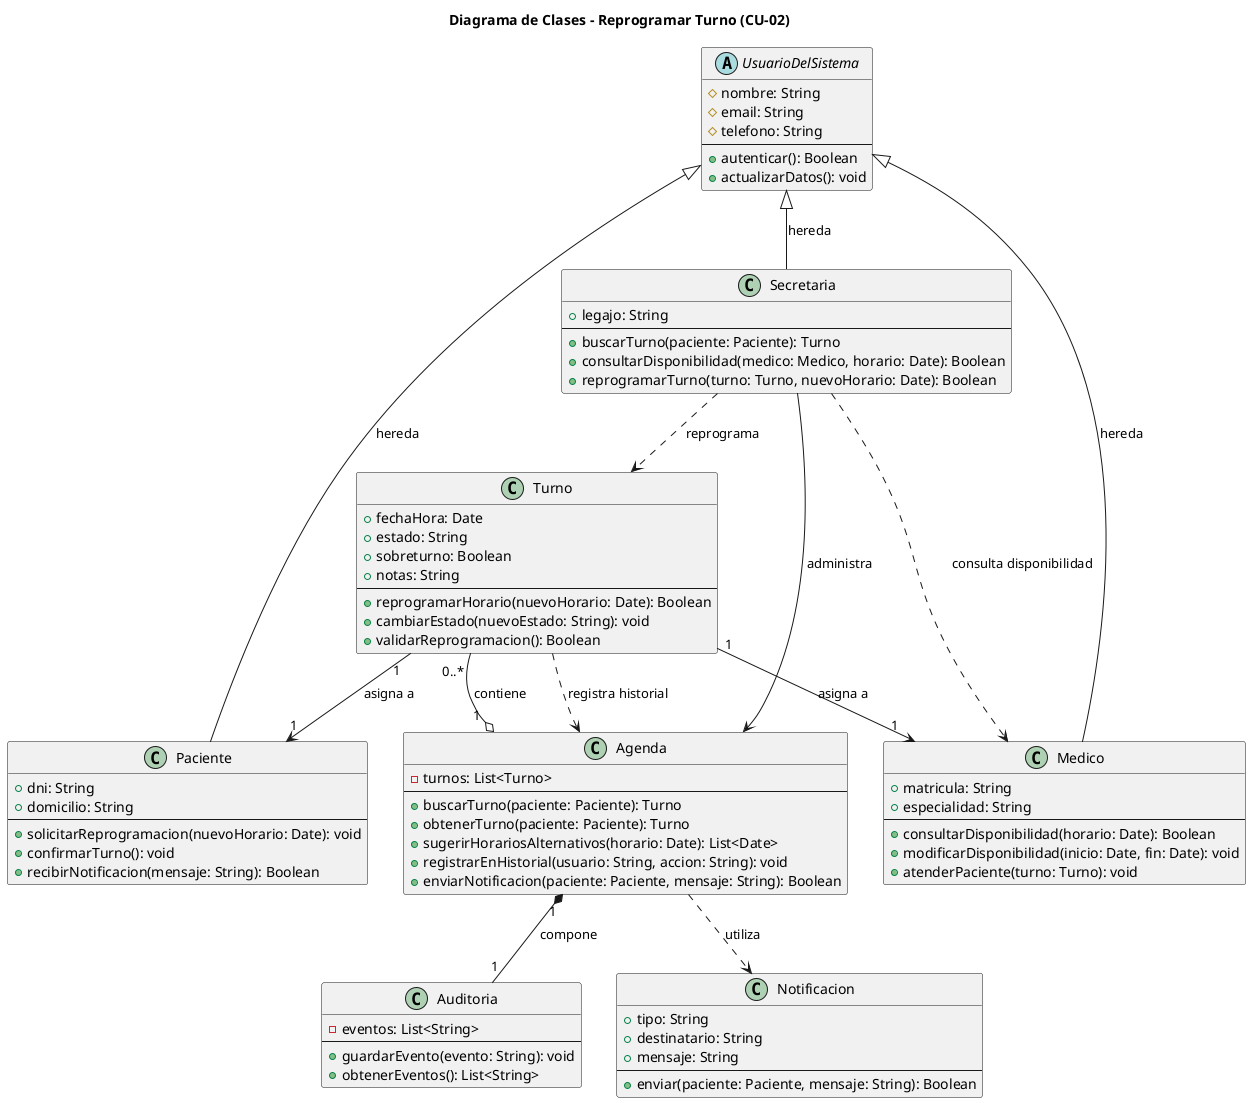
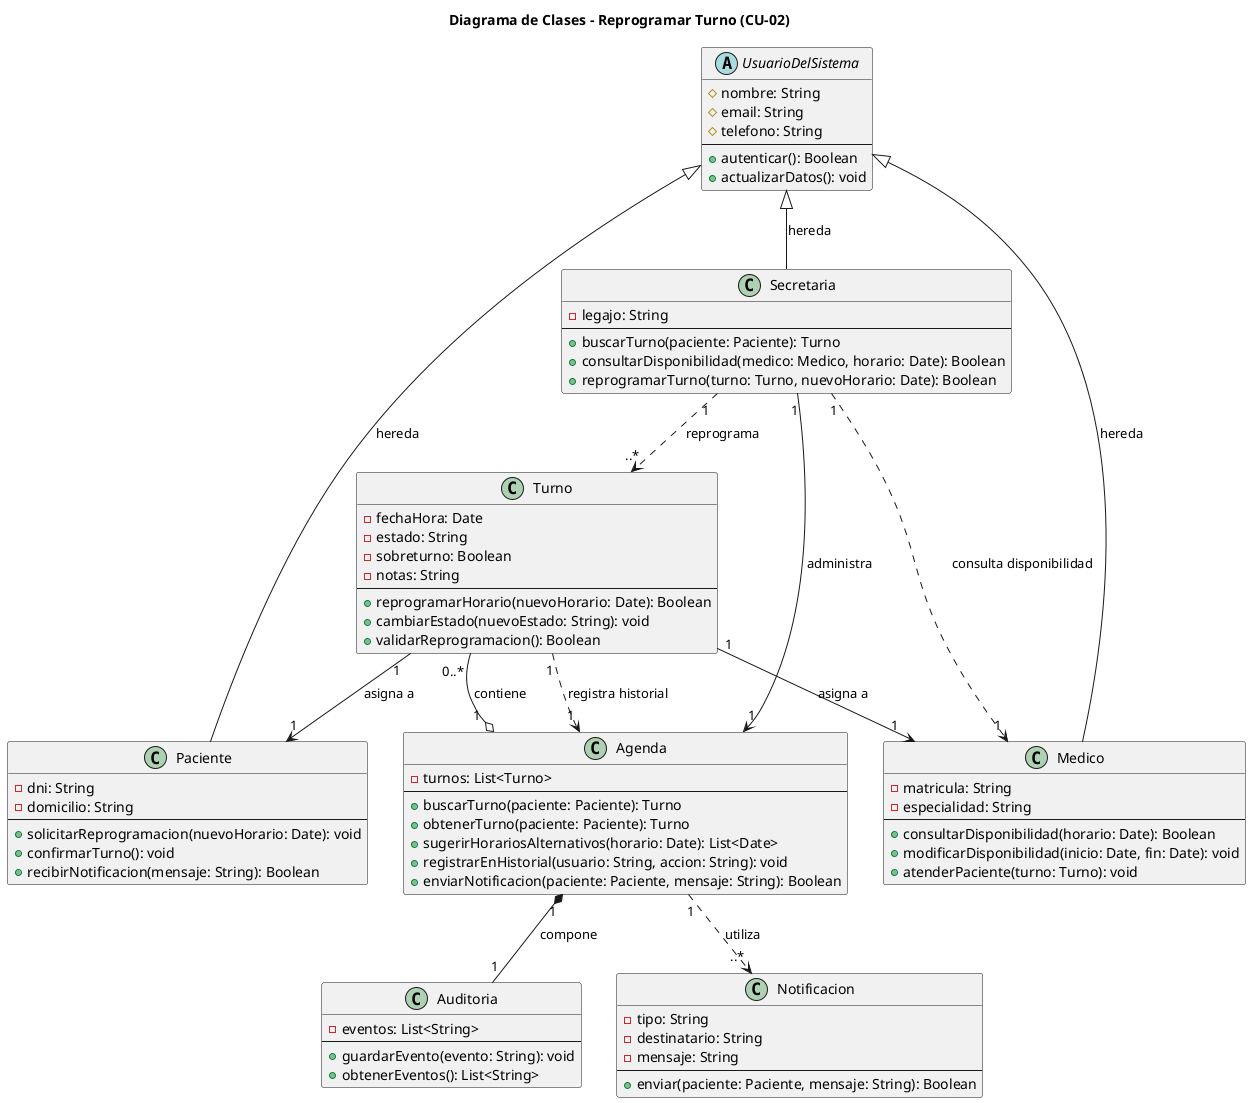
@startuml

title Diagrama de Clases - Reprogramar Turno (CU-02)

abstract class UsuarioDelSistema {
  # nombre: String
  # email: String
  # telefono: String
  --
  + autenticar(): Boolean
  + actualizarDatos(): void
}


class Paciente {
-   + dni: String
-   + domicilio: String
+   - dni: String
+   - domicilio: String
  --
  + solicitarReprogramacion(nuevoHorario: Date): void
  + confirmarTurno(): void
  + recibirNotificacion(mensaje: String): Boolean
}

class Secretaria {
-   + legajo: String
+   - legajo: String
  --
  + buscarTurno(paciente: Paciente): Turno
  + consultarDisponibilidad(medico: Medico, horario: Date): Boolean
  + reprogramarTurno(turno: Turno, nuevoHorario: Date): Boolean
}

class Medico {
-   + matricula: String
-   + especialidad: String
+   - matricula: String
+   - especialidad: String
  --
  + consultarDisponibilidad(horario: Date): Boolean
  + modificarDisponibilidad(inicio: Date, fin: Date): void
  + atenderPaciente(turno: Turno): void
}
class Turno {
-   + fechaHora: Date
-   + estado: String
-   + sobreturno: Boolean
-   + notas: String
+   - fechaHora: Date
+   - estado: String
+   - sobreturno: Boolean
+   - notas: String
  --
  + reprogramarHorario(nuevoHorario: Date): Boolean
  + cambiarEstado(nuevoEstado: String): void
  + validarReprogramacion(): Boolean
}


class Agenda {
  - turnos: List<Turno>
  --
  + buscarTurno(paciente: Paciente): Turno
  + obtenerTurno(paciente: Paciente): Turno
  + sugerirHorariosAlternativos(horario: Date): List<Date>
  + registrarEnHistorial(usuario: String, accion: String): void
  + enviarNotificacion(paciente: Paciente, mensaje: String): Boolean
}


class Auditoria {
  - eventos: List<String>
  --
  + guardarEvento(evento: String): void
  + obtenerEventos(): List<String>
}

class Notificacion {
-   + tipo: String
-   + destinatario: String
-   + mensaje: String
+   - tipo: String
+   - destinatario: String
+   - mensaje: String
  --
  + enviar(paciente: Paciente, mensaje: String): Boolean
}


UsuarioDelSistema <|-- Paciente : hereda
UsuarioDelSistema <|-- Secretaria : hereda
UsuarioDelSistema <|-- Medico : hereda

- Secretaria --> Agenda : administra
- Secretaria ..> Medico : consulta disponibilidad
- Secretaria ..> Turno : reprograma
+ Secretaria "1" --> "1" Agenda : administra
+ Secretaria "1" ..> "1" Medico : consulta disponibilidad
+ Secretaria "1" ..> "..*" Turno : reprograma

Agenda "1" o-- "0..*" Turno : contiene
Agenda "1" *-- "1" Auditoria : compone
- Agenda ..> Notificacion : utiliza
+ Agenda "1" ..> "..*" Notificacion : utiliza

Turno "1" --> "1" Paciente : asigna a
Turno "1" --> "1" Medico : asigna a
- Turno ..> Agenda : registra historial
+ Turno "1" ..> "1" Agenda : registra historial

@enduml